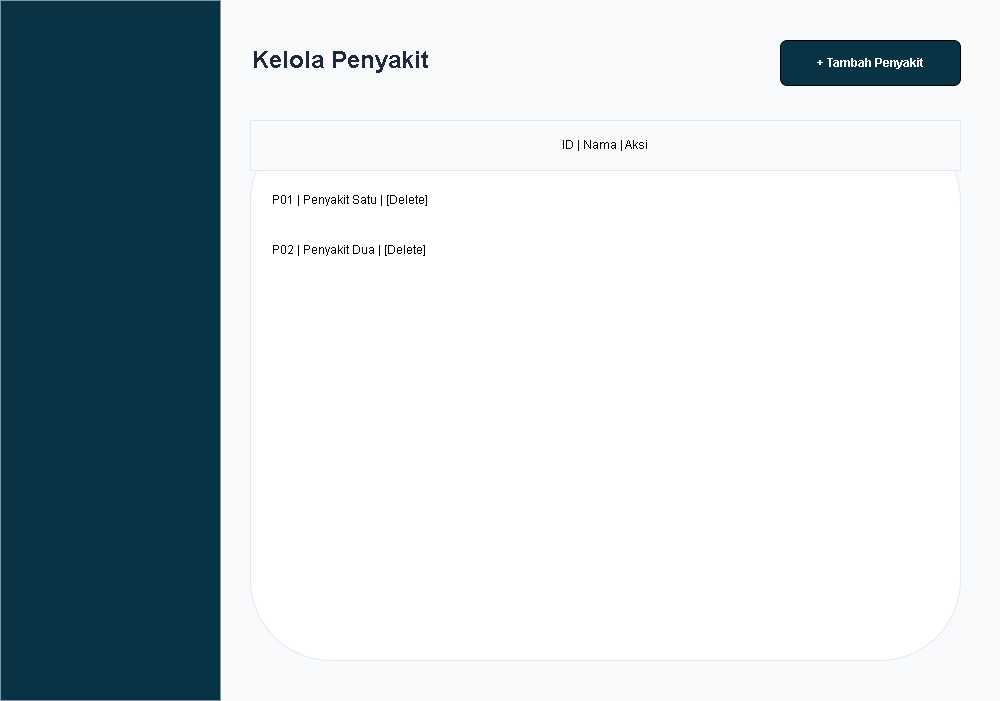
Above: diagram/desain/admin_penyakit.png in Jinsky/Jinsky (draw.io), before the change. Source tidied: cells renumbered, new cells last; positions are measured from the earlier drawing's top-left corner, leaving out a move shared by most shapes. Its diagram source:
```xml
<mxGraphModel>
  <root>
    <mxCell id="0" />
    <mxCell id="1" parent="0" />
    <mxCell id="2" style="rounded=0;whiteSpace=wrap;html=1;fillColor=#f8fafc;strokeColor=none;" parent="1" vertex="1">
      <mxGeometry width="1000" height="700" as="geometry" />
    </mxCell>
    <mxCell id="3" style="rounded=0;whiteSpace=wrap;html=1;fillColor=#083344;strokeColor=none;" parent="1" vertex="1">
      <mxGeometry width="220" height="700" as="geometry" />
    </mxCell>
    <mxCell id="4" value="&lt;b&gt;Kelola Penyakit&lt;/b&gt;" style="text;html=1;strokeColor=none;fillColor=none;align=left;verticalAlign=middle;whiteSpace=wrap;rounded=0;fontSize=24;fontColor=#1e293b;" parent="1" vertex="1">
      <mxGeometry x="250" y="40" width="400" height="40" as="geometry" />
    </mxCell>
    <mxCell id="5" value="+ Tambah Penyakit" style="rounded=0;whiteSpace=wrap;html=1;fillColor=#083344;fontColor=#ffffff;rounded=1;fontStyle=1;" parent="1" vertex="1">
      <mxGeometry x="780" y="40" width="180" height="45" as="geometry" />
    </mxCell>
    <mxCell id="6" style="rounded=0;whiteSpace=wrap;html=1;fillColor=#ffffff;rounded=1;strokeColor=#e2e8f0;" parent="1" vertex="1">
      <mxGeometry x="250" y="120" width="710" height="540" as="geometry" />
    </mxCell>
    <mxCell id="7" value="ID | Nama | Aksi" style="rounded=0;whiteSpace=wrap;html=1;fillColor=#f8fafc;strokeColor=#e2e8f0;" parent="1" vertex="1">
      <mxGeometry x="250" y="120" width="710" height="50" as="geometry" />
    </mxCell>
    <mxCell id="8" value="P01 | Penyakit Satu | [Delete]" style="text;html=1;strokeColor=none;fillColor=none;align=left;verticalAlign=middle;whiteSpace=wrap;rounded=0;" parent="1" vertex="1">
      <mxGeometry x="270" y="180" width="670" height="40" as="geometry" />
    </mxCell>
    <mxCell id="9" value="P02 | Penyakit Dua | [Delete]" style="text;html=1;strokeColor=none;fillColor=none;align=left;verticalAlign=middle;whiteSpace=wrap;rounded=0;" parent="1" vertex="1">
      <mxGeometry x="270" y="230" width="670" height="40" as="geometry" />
    </mxCell>
  </root>
</mxGraphModel>
```
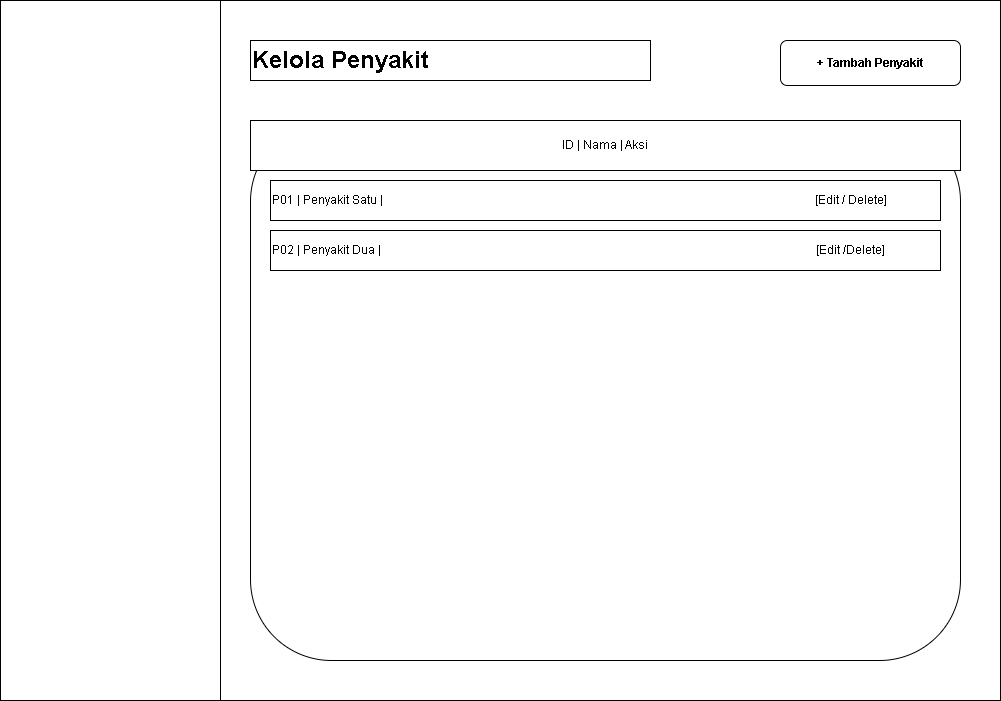
The same diagram one commit later.

Diff of the diagram source:
```diff
@@ -2,28 +2,28 @@
   <root>
     <mxCell id="0" />
     <mxCell id="1" parent="0" />
-    <mxCell id="2" style="rounded=0;whiteSpace=wrap;html=1;fillColor=#f8fafc;strokeColor=none;" parent="1" vertex="1">
+    <mxCell id="2" style="rounded=0;whiteSpace=wrap;html=1;fillColor=#ffffff;strokeColor=#000000;fontColor=#000000;" parent="1" vertex="1">
       <mxGeometry width="1000" height="700" as="geometry" />
     </mxCell>
-    <mxCell id="3" style="rounded=0;whiteSpace=wrap;html=1;fillColor=#083344;strokeColor=none;" parent="1" vertex="1">
+    <mxCell id="3" style="rounded=0;whiteSpace=wrap;html=1;fillColor=#ffffff;strokeColor=#000000;fontColor=#000000;" parent="1" vertex="1">
       <mxGeometry width="220" height="700" as="geometry" />
     </mxCell>
-    <mxCell id="4" value="&lt;b&gt;Kelola Penyakit&lt;/b&gt;" style="text;html=1;strokeColor=none;fillColor=none;align=left;verticalAlign=middle;whiteSpace=wrap;rounded=0;fontSize=24;fontColor=#1e293b;" parent="1" vertex="1">
+    <mxCell id="4" value="&lt;b&gt;Kelola Penyakit&lt;/b&gt;" style="text;html=1;strokeColor=#000000;fillColor=none;align=left;verticalAlign=middle;whiteSpace=wrap;rounded=0;fontSize=24;fontColor=#000000;" parent="1" vertex="1">
       <mxGeometry x="250" y="40" width="400" height="40" as="geometry" />
     </mxCell>
-    <mxCell id="5" value="+ Tambah Penyakit" style="rounded=0;whiteSpace=wrap;html=1;fillColor=#083344;fontColor=#ffffff;rounded=1;fontStyle=1;" parent="1" vertex="1">
+    <mxCell id="5" value="+ Tambah Penyakit" style="rounded=1;whiteSpace=wrap;html=1;fillColor=#ffffff;fontColor=#000000;fontStyle=1;strokeColor=#000000;" parent="1" vertex="1">
       <mxGeometry x="780" y="40" width="180" height="45" as="geometry" />
     </mxCell>
-    <mxCell id="6" style="rounded=0;whiteSpace=wrap;html=1;fillColor=#ffffff;rounded=1;strokeColor=#e2e8f0;" parent="1" vertex="1">
+    <mxCell id="6" style="rounded=1;whiteSpace=wrap;html=1;fillColor=#ffffff;strokeColor=#000000;fontColor=#000000;" parent="1" vertex="1">
       <mxGeometry x="250" y="120" width="710" height="540" as="geometry" />
     </mxCell>
-    <mxCell id="7" value="ID | Nama | Aksi" style="rounded=0;whiteSpace=wrap;html=1;fillColor=#f8fafc;strokeColor=#e2e8f0;" parent="1" vertex="1">
+    <mxCell id="7" value="ID | Nama | Aksi" style="rounded=0;whiteSpace=wrap;html=1;fillColor=#ffffff;strokeColor=#000000;fontColor=#000000;" parent="1" vertex="1">
       <mxGeometry x="250" y="120" width="710" height="50" as="geometry" />
     </mxCell>
-    <mxCell id="8" value="P01 | Penyakit Satu | [Delete]" style="text;html=1;strokeColor=none;fillColor=none;align=left;verticalAlign=middle;whiteSpace=wrap;rounded=0;" parent="1" vertex="1">
+    <mxCell id="8" value="P01 | Penyakit Satu |&amp;nbsp; &amp;nbsp; &amp;nbsp; &amp;nbsp; &amp;nbsp; &amp;nbsp; &amp;nbsp; &amp;nbsp; &amp;nbsp; &amp;nbsp; &amp;nbsp; &amp;nbsp; &amp;nbsp; &amp;nbsp; &amp;nbsp; &amp;nbsp; &amp;nbsp; &amp;nbsp; &amp;nbsp; &amp;nbsp; &amp;nbsp; &amp;nbsp; &amp;nbsp; &amp;nbsp; &amp;nbsp; &amp;nbsp; &amp;nbsp; &amp;nbsp; &amp;nbsp; &amp;nbsp; &amp;nbsp; &amp;nbsp; &amp;nbsp; &amp;nbsp; &amp;nbsp; &amp;nbsp; &amp;nbsp; &amp;nbsp; &amp;nbsp; &amp;nbsp; &amp;nbsp; &amp;nbsp; &amp;nbsp; &amp;nbsp; &amp;nbsp; &amp;nbsp; &amp;nbsp; &amp;nbsp; &amp;nbsp; &amp;nbsp; &amp;nbsp; &amp;nbsp; &amp;nbsp; &amp;nbsp; &amp;nbsp; &amp;nbsp; &amp;nbsp; &amp;nbsp; &amp;nbsp; &amp;nbsp; &amp;nbsp; &amp;nbsp; &amp;nbsp; &amp;nbsp; &amp;nbsp; &amp;nbsp; &amp;nbsp; &amp;nbsp; &amp;nbsp; &amp;nbsp; &amp;nbsp; &amp;nbsp; [Edit / Delete]" style="text;html=1;strokeColor=#000000;fillColor=none;align=left;verticalAlign=middle;whiteSpace=wrap;rounded=0;fontColor=#000000;" parent="1" vertex="1">
       <mxGeometry x="270" y="180" width="670" height="40" as="geometry" />
     </mxCell>
-    <mxCell id="9" value="P02 | Penyakit Dua | [Delete]" style="text;html=1;strokeColor=none;fillColor=none;align=left;verticalAlign=middle;whiteSpace=wrap;rounded=0;" parent="1" vertex="1">
+    <mxCell id="9" value="P02 | Penyakit Dua |&amp;nbsp; &amp;nbsp; &amp;nbsp; &amp;nbsp; &amp;nbsp; &amp;nbsp; &amp;nbsp; &amp;nbsp; &amp;nbsp; &amp;nbsp; &amp;nbsp; &amp;nbsp; &amp;nbsp; &amp;nbsp; &amp;nbsp; &amp;nbsp; &amp;nbsp; &amp;nbsp; &amp;nbsp; &amp;nbsp; &amp;nbsp; &amp;nbsp; &amp;nbsp; &amp;nbsp; &amp;nbsp; &amp;nbsp; &amp;nbsp; &amp;nbsp; &amp;nbsp; &amp;nbsp; &amp;nbsp; &amp;nbsp; &amp;nbsp; &amp;nbsp; &amp;nbsp; &amp;nbsp; &amp;nbsp; &amp;nbsp; &amp;nbsp; &amp;nbsp; &amp;nbsp; &amp;nbsp; &amp;nbsp; &amp;nbsp; &amp;nbsp; &amp;nbsp; &amp;nbsp; &amp;nbsp; &amp;nbsp; &amp;nbsp; &amp;nbsp; &amp;nbsp; &amp;nbsp; &amp;nbsp; &amp;nbsp; &amp;nbsp; &amp;nbsp; &amp;nbsp; &amp;nbsp; &amp;nbsp; &amp;nbsp; &amp;nbsp; &amp;nbsp; &amp;nbsp; &amp;nbsp; &amp;nbsp; &amp;nbsp; &amp;nbsp; &amp;nbsp; &amp;nbsp; &amp;nbsp; &amp;nbsp; &amp;nbsp;[Edit /Delete]" style="text;html=1;strokeColor=#000000;fillColor=none;align=left;verticalAlign=middle;whiteSpace=wrap;rounded=0;fontColor=#000000;" parent="1" vertex="1">
       <mxGeometry x="270" y="230" width="670" height="40" as="geometry" />
     </mxCell>
   </root>
```
